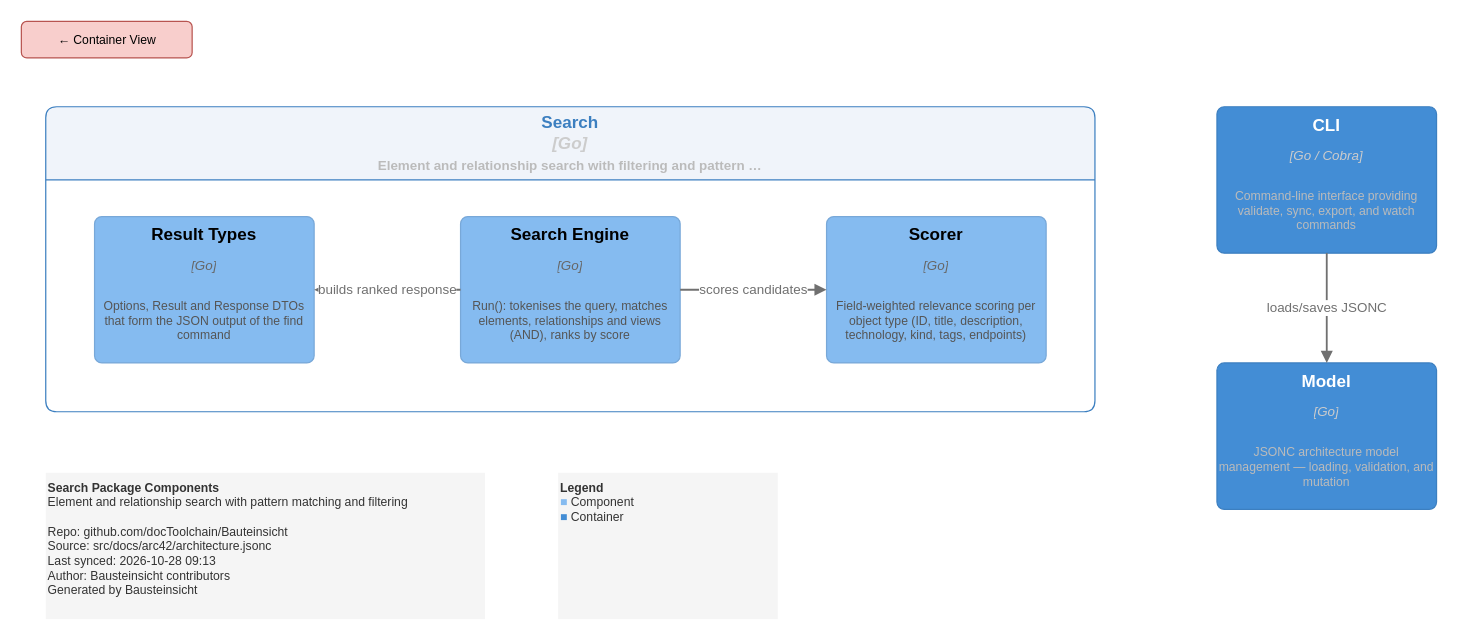
The draw.io diagram page "Search Package Components" (7 of 14) of src/docs/arc42/architecture.drawio in docToolchain/Bausteinsicht, before the edit. Source tidied: cells renumbered, new cells numbered last; positions are measured from the earlier drawing's top-left corner, leaving out a move shared by most shapes. Both pictures are drawn from the tidied source at 122%, with x=0, y=0 at pixel (21, 21).
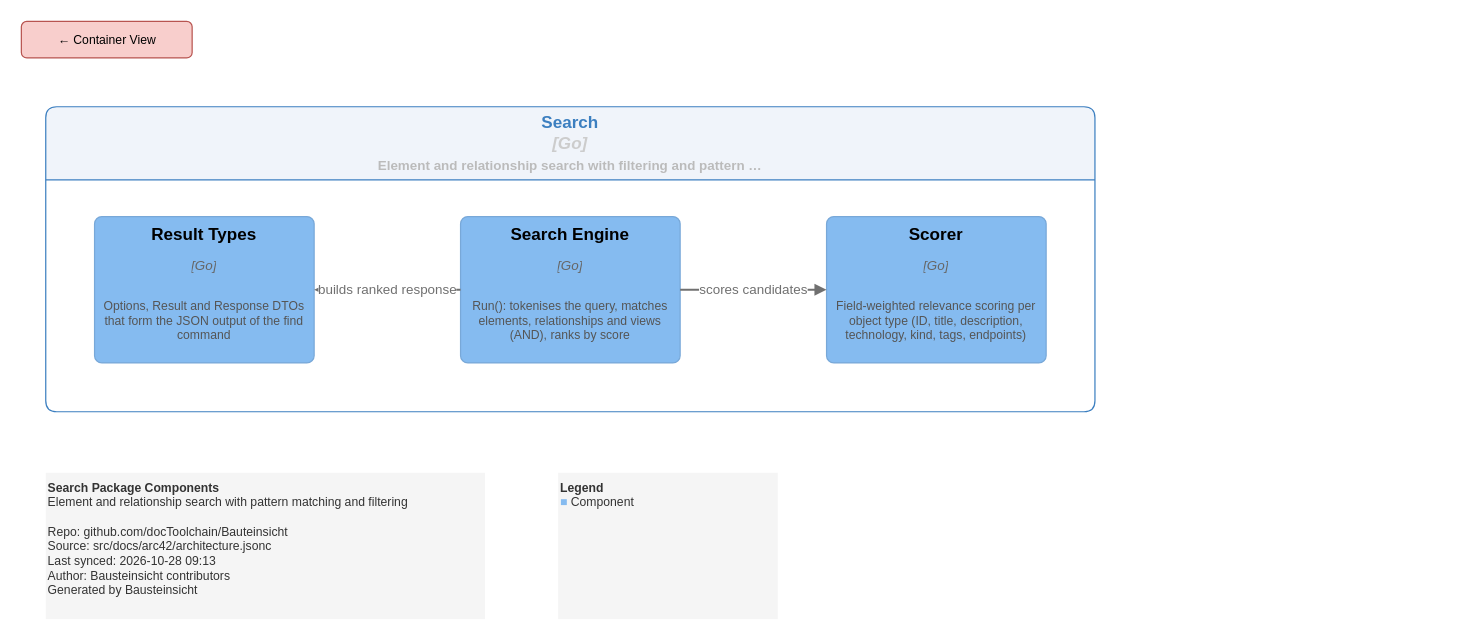
After the change.

Change to the diagram source:
```diff
@@
-    <mxCell id="3" style="rounded=1;whiteSpace=wrap;html=1;fillColor=#438DD5;fontColor=#ffffff;strokeColor=#3C7FC0;arcSize=5;fontSize=13;align=center;verticalAlign=middle;spacing=4;" parent="1" vertex="1">
-      <mxGeometry x="980" y="70" width="180" height="120" as="geometry" />
-    </mxCell>
-    <mxCell id="4" value="CLI" style="text;html=1;fontSize=14;fontStyle=1;fontColor=#ffffff;fillColor=none;strokeColor=none;align=center;verticalAlign=middle;overflow=hidden;" parent="3" vertex="1">
-      <mxGeometry width="180" height="30" as="geometry" />
-    </mxCell>
-    <mxCell id="5" value="[Go / Cobra]" style="text;html=1;fontSize=11;fontStyle=2;fontColor=#CCCCCC;fillColor=none;strokeColor=none;align=center;verticalAlign=middle;overflow=hidden;" parent="3" vertex="1">
-      <mxGeometry y="30" width="180" height="20" as="geometry" />
-    </mxCell>
-    <mxCell id="6" value="Command-line interface providing validate, sync, export, and watch commands" style="text;html=1;whiteSpace=wrap;fontSize=10;fontColor=#BBBBBB;fillColor=none;strokeColor=none;align=center;verticalAlign=middle;overflow=hidden;" parent="3" vertex="1">
-      <mxGeometry y="50" width="180" height="70" as="geometry" />
-    </mxCell>
-    <mxCell id="7" style="rounded=1;whiteSpace=wrap;html=1;fillColor=#438DD5;fontColor=#ffffff;strokeColor=#3C7FC0;arcSize=5;fontSize=13;align=center;verticalAlign=middle;spacing=4;" parent="1" vertex="1">
-      <mxGeometry x="980" y="280" width="180" height="120" as="geometry" />
-    </mxCell>
-    <mxCell id="8" value="Model" style="text;html=1;fontSize=14;fontStyle=1;fontColor=#ffffff;fillColor=none;strokeColor=none;align=center;verticalAlign=middle;overflow=hidden;" parent="7" vertex="1">
-      <mxGeometry width="180" height="30" as="geometry" />
-    </mxCell>
-    <mxCell id="9" value="[Go]" style="text;html=1;fontSize=11;fontStyle=2;fontColor=#CCCCCC;fillColor=none;strokeColor=none;align=center;verticalAlign=middle;overflow=hidden;" parent="7" vertex="1">
-      <mxGeometry y="30" width="180" height="20" as="geometry" />
-    </mxCell>
-    <mxCell id="10" value="JSONC architecture model management — loading, validation, and mutation" style="text;html=1;whiteSpace=wrap;fontSize=10;fontColor=#BBBBBB;fillColor=none;strokeColor=none;align=center;verticalAlign=middle;overflow=hidden;" parent="7" vertex="1">
-      <mxGeometry y="50" width="180" height="70" as="geometry" />
-    </mxCell>
-    <mxCell id="11" value="loads/saves JSONC" style="edgeStyle=orthogonalEdgeStyle;rounded=1;jettySize=auto;html=1;endArrow=block;endFill=1;strokeColor=#707070;fontColor=#707070;fontSize=11;strokeWidth=1.5;exitX=0.5;exitY=1;exitDx=0;exitDy=0;entryX=0.5;entryY=0;entryDx=0;entryDy=0;" parent="1" edge="1" source="3" target="7">
-      <mxGeometry relative="1" as="geometry" />
-    </mxCell>
@@
-    <mxCell id="14" value="&lt;b&gt;Legend&lt;/b&gt;&lt;br&gt;&lt;font color=&quot;#85BBF0&quot;&gt;■&lt;/font&gt; Component&lt;br&gt;&lt;font color=&quot;#438DD5&quot;&gt;■&lt;/font&gt; Container" style="rounded=0;whiteSpace=wrap;html=1;fillColor=#f5f5f5;strokeColor=none;fontColor=#333333;fontSize=10;align=left;verticalAlign=top;" parent="1" vertex="1">
+    <mxCell id="14" value="&lt;b&gt;Legend&lt;/b&gt;&lt;br&gt;&lt;font color=&quot;#85BBF0&quot;&gt;■&lt;/font&gt; Component" style="rounded=0;whiteSpace=wrap;html=1;fillColor=#f5f5f5;strokeColor=none;fontColor=#333333;fontSize=10;align=left;verticalAlign=top;" parent="1" vertex="1">
       <mxGeometry x="440" y="370" width="180" height="120" as="geometry" />
     </mxCell>
```
